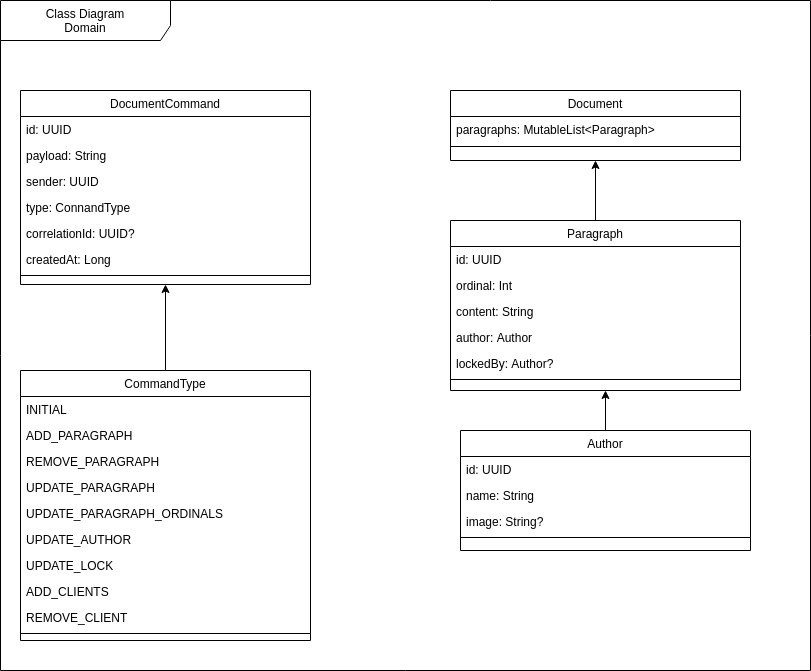
Earlier version of the draw.io export documentation/src/graphics/class-be-domain.drawio.png (FHNW-WODSS-FS22/team-document-KZellweger). Source tidied: cells renumbered, new cells last; positions are measured from the earlier drawing's top-left corner, leaving out a move shared by most shapes. Source of this version:
```xml
<mxGraphModel>
  <root>
    <mxCell id="0" />
    <mxCell id="1" parent="0" />
    <mxCell id="2" value="Document" style="swimlane;fontStyle=0;align=center;verticalAlign=top;horizontal=1;startSize=26;rounded=0;shadow=0;strokeWidth=1;" parent="1" vertex="1">
      <mxGeometry x="450" y="90" width="290" height="70" as="geometry" />
    </mxCell>
    <mxCell id="3" value="paragraphs: MutableList&lt;Paragraph&gt;" style="text;align=left;verticalAlign=top;spacingLeft=4;spacingRight=4;overflow=hidden;" parent="2" vertex="1">
      <mxGeometry y="26" width="290" height="26" as="geometry" />
    </mxCell>
    <mxCell id="4" style="line;html=1;strokeWidth=1;align=left;verticalAlign=middle;spacingTop=-1;spacingLeft=3;spacingRight=3;labelPosition=right;" parent="2" vertex="1">
      <mxGeometry y="52" width="290" height="8" as="geometry" />
    </mxCell>
    <mxCell id="5" style="edgeStyle=orthogonalEdgeStyle;rounded=0;jettySize=auto;html=1;" parent="1" edge="1" source="6">
      <mxGeometry relative="1" as="geometry">
        <mxPoint x="605" y="390" as="targetPoint" />
      </mxGeometry>
    </mxCell>
    <mxCell id="6" value="Author" style="swimlane;fontStyle=0;align=center;verticalAlign=top;horizontal=1;startSize=26;rounded=0;shadow=0;strokeWidth=1;" parent="1" vertex="1">
      <mxGeometry x="460" y="430" width="290" height="120" as="geometry" />
    </mxCell>
    <mxCell id="7" value="id: UUID" style="text;align=left;verticalAlign=top;spacingLeft=4;spacingRight=4;overflow=hidden;" parent="6" vertex="1">
      <mxGeometry y="26" width="290" height="26" as="geometry" />
    </mxCell>
    <mxCell id="8" value="name: String" style="text;align=left;verticalAlign=top;spacingLeft=4;spacingRight=4;overflow=hidden;" parent="6" vertex="1">
      <mxGeometry y="52" width="290" height="26" as="geometry" />
    </mxCell>
    <mxCell id="9" value="image: String?" style="text;align=left;verticalAlign=top;spacingLeft=4;spacingRight=4;overflow=hidden;" parent="6" vertex="1">
      <mxGeometry y="78" width="290" height="26" as="geometry" />
    </mxCell>
    <mxCell id="10" style="line;html=1;strokeWidth=1;align=left;verticalAlign=middle;spacingTop=-1;spacingLeft=3;spacingRight=3;labelPosition=right;" parent="6" vertex="1">
      <mxGeometry y="104" width="290" height="6" as="geometry" />
    </mxCell>
    <mxCell id="11" style="edgeStyle=orthogonalEdgeStyle;rounded=0;jettySize=auto;html=1;entryX=0.5;entryY=1;entryDx=0;entryDy=0;" parent="1" edge="1" source="12" target="2">
      <mxGeometry relative="1" as="geometry" />
    </mxCell>
    <mxCell id="12" value="Paragraph" style="swimlane;fontStyle=0;align=center;verticalAlign=top;horizontal=1;startSize=26;rounded=0;shadow=0;strokeWidth=1;" parent="1" vertex="1">
      <mxGeometry x="450" y="220" width="290" height="170" as="geometry" />
    </mxCell>
    <mxCell id="13" value="id: UUID" style="text;align=left;verticalAlign=top;spacingLeft=4;spacingRight=4;overflow=hidden;" parent="12" vertex="1">
      <mxGeometry y="26" width="290" height="26" as="geometry" />
    </mxCell>
    <mxCell id="14" value="ordinal: Int" style="text;align=left;verticalAlign=top;spacingLeft=4;spacingRight=4;overflow=hidden;" parent="12" vertex="1">
      <mxGeometry y="52" width="290" height="26" as="geometry" />
    </mxCell>
    <mxCell id="15" value="content: String" style="text;align=left;verticalAlign=top;spacingLeft=4;spacingRight=4;overflow=hidden;" parent="12" vertex="1">
      <mxGeometry y="78" width="290" height="26" as="geometry" />
    </mxCell>
    <mxCell id="16" value="author: Author" style="text;align=left;verticalAlign=top;spacingLeft=4;spacingRight=4;overflow=hidden;" parent="12" vertex="1">
      <mxGeometry y="104" width="290" height="26" as="geometry" />
    </mxCell>
    <mxCell id="17" value="lockedBy: Author?" style="text;align=left;verticalAlign=top;spacingLeft=4;spacingRight=4;overflow=hidden;" parent="12" vertex="1">
      <mxGeometry y="130" width="290" height="26" as="geometry" />
    </mxCell>
    <mxCell id="18" style="line;html=1;strokeWidth=1;align=left;verticalAlign=middle;spacingTop=-1;spacingLeft=3;spacingRight=3;labelPosition=right;" parent="12" vertex="1">
      <mxGeometry y="156" width="290" height="6" as="geometry" />
    </mxCell>
    <mxCell id="19" value="DocumentCommand" style="swimlane;fontStyle=0;align=center;verticalAlign=top;horizontal=1;startSize=26;rounded=0;shadow=0;strokeWidth=1;" parent="1" vertex="1">
      <mxGeometry x="20" y="90" width="290" height="194" as="geometry" />
    </mxCell>
    <mxCell id="20" value="id: UUID" style="text;align=left;verticalAlign=top;spacingLeft=4;spacingRight=4;overflow=hidden;" parent="19" vertex="1">
      <mxGeometry y="26" width="290" height="26" as="geometry" />
    </mxCell>
    <mxCell id="21" value="payload: String" style="text;align=left;verticalAlign=top;spacingLeft=4;spacingRight=4;overflow=hidden;" parent="19" vertex="1">
      <mxGeometry y="52" width="290" height="26" as="geometry" />
    </mxCell>
    <mxCell id="22" value="sender: UUID" style="text;align=left;verticalAlign=top;spacingLeft=4;spacingRight=4;overflow=hidden;" parent="19" vertex="1">
      <mxGeometry y="78" width="290" height="26" as="geometry" />
    </mxCell>
    <mxCell id="23" value="type: ConnandType" style="text;align=left;verticalAlign=top;spacingLeft=4;spacingRight=4;overflow=hidden;" parent="19" vertex="1">
      <mxGeometry y="104" width="290" height="26" as="geometry" />
    </mxCell>
    <mxCell id="24" value="correlationId: UUID?" style="text;align=left;verticalAlign=top;spacingLeft=4;spacingRight=4;overflow=hidden;" parent="19" vertex="1">
      <mxGeometry y="130" width="290" height="26" as="geometry" />
    </mxCell>
    <mxCell id="25" value="createdAt: Long" style="text;align=left;verticalAlign=top;spacingLeft=4;spacingRight=4;overflow=hidden;" parent="19" vertex="1">
      <mxGeometry y="156" width="290" height="26" as="geometry" />
    </mxCell>
    <mxCell id="26" style="line;html=1;strokeWidth=1;align=left;verticalAlign=middle;spacingTop=-1;spacingLeft=3;spacingRight=3;labelPosition=right;" parent="19" vertex="1">
      <mxGeometry y="182" width="290" height="6" as="geometry" />
    </mxCell>
    <mxCell id="27" style="edgeStyle=orthogonalEdgeStyle;rounded=0;jettySize=auto;html=1;entryX=0.5;entryY=1;entryDx=0;entryDy=0;" parent="1" edge="1" source="28" target="19">
      <mxGeometry relative="1" as="geometry" />
    </mxCell>
    <mxCell id="28" value="CommandType" style="swimlane;fontStyle=0;align=center;verticalAlign=top;horizontal=1;startSize=26;rounded=0;shadow=0;strokeWidth=1;" parent="1" vertex="1">
      <mxGeometry x="20" y="370" width="290" height="270" as="geometry" />
    </mxCell>
    <mxCell id="29" value="INITIAL" style="text;align=left;verticalAlign=top;spacingLeft=4;spacingRight=4;overflow=hidden;" parent="28" vertex="1">
      <mxGeometry y="26" width="290" height="26" as="geometry" />
    </mxCell>
    <mxCell id="30" value="ADD_PARAGRAPH" style="text;align=left;verticalAlign=top;spacingLeft=4;spacingRight=4;overflow=hidden;" parent="28" vertex="1">
      <mxGeometry y="52" width="290" height="26" as="geometry" />
    </mxCell>
    <mxCell id="31" value="REMOVE_PARAGRAPH" style="text;align=left;verticalAlign=top;spacingLeft=4;spacingRight=4;overflow=hidden;" parent="28" vertex="1">
      <mxGeometry y="78" width="290" height="26" as="geometry" />
    </mxCell>
    <mxCell id="32" value="UPDATE_PARAGRAPH" style="text;align=left;verticalAlign=top;spacingLeft=4;spacingRight=4;overflow=hidden;" parent="28" vertex="1">
      <mxGeometry y="104" width="290" height="26" as="geometry" />
    </mxCell>
    <mxCell id="33" value="UPDATE_PARAGRAPH_ORDINALS" style="text;align=left;verticalAlign=top;spacingLeft=4;spacingRight=4;overflow=hidden;" parent="28" vertex="1">
      <mxGeometry y="130" width="290" height="26" as="geometry" />
    </mxCell>
    <mxCell id="34" value="UPDATE_AUTHOR" style="text;align=left;verticalAlign=top;spacingLeft=4;spacingRight=4;overflow=hidden;" parent="28" vertex="1">
      <mxGeometry y="156" width="290" height="26" as="geometry" />
    </mxCell>
    <mxCell id="35" value="UPDATE_LOCK" style="text;align=left;verticalAlign=top;spacingLeft=4;spacingRight=4;overflow=hidden;" parent="28" vertex="1">
      <mxGeometry y="182" width="290" height="26" as="geometry" />
    </mxCell>
    <mxCell id="36" value="ADD_CLIENTS" style="text;align=left;verticalAlign=top;spacingLeft=4;spacingRight=4;overflow=hidden;" parent="28" vertex="1">
      <mxGeometry y="208" width="290" height="26" as="geometry" />
    </mxCell>
    <mxCell id="37" value="REMOVE_CLIENT" style="text;align=left;verticalAlign=top;spacingLeft=4;spacingRight=4;overflow=hidden;" parent="28" vertex="1">
      <mxGeometry y="234" width="290" height="26" as="geometry" />
    </mxCell>
    <mxCell id="38" style="line;html=1;strokeWidth=1;align=left;verticalAlign=middle;spacingTop=-1;spacingLeft=3;spacingRight=3;labelPosition=right;" parent="28" vertex="1">
      <mxGeometry y="260" width="290" height="6" as="geometry" />
    </mxCell>
    <mxCell id="39" value="Class Diagram&lt;br&gt;Domain" style="shape=umlFrame;whiteSpace=wrap;html=1;width=170;height=40;" parent="1" vertex="1">
      <mxGeometry width="810" height="670" as="geometry" />
    </mxCell>
  </root>
</mxGraphModel>
```
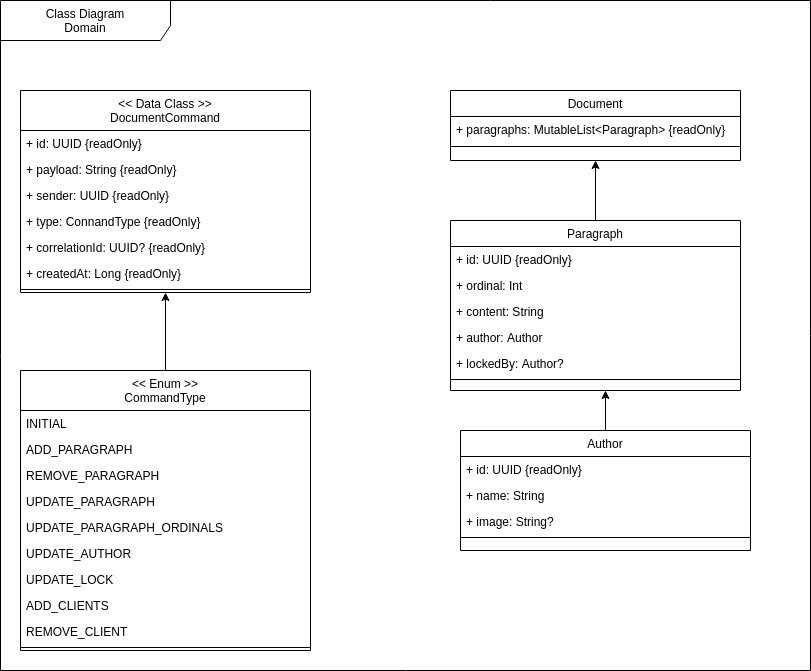
The same file after the commit.

Change to the diagram source:
```diff
@@ -2,10 +2,13 @@
   <root>
     <mxCell id="0" />
     <mxCell id="1" parent="0" />
+    <mxCell id="39" value="Class Diagram&lt;br&gt;Domain" style="shape=umlFrame;whiteSpace=wrap;html=1;width=170;height=40;" parent="1" vertex="1">
+      <mxGeometry width="810" height="670" as="geometry" />
+    </mxCell>
     <mxCell id="2" value="Document" style="swimlane;fontStyle=0;align=center;verticalAlign=top;horizontal=1;startSize=26;rounded=0;shadow=0;strokeWidth=1;" parent="1" vertex="1">
       <mxGeometry x="450" y="90" width="290" height="70" as="geometry" />
     </mxCell>
-    <mxCell id="3" value="paragraphs: MutableList&lt;Paragraph&gt;" style="text;align=left;verticalAlign=top;spacingLeft=4;spacingRight=4;overflow=hidden;" parent="2" vertex="1">
+    <mxCell id="3" value="+ paragraphs: MutableList&lt;Paragraph&gt; {readOnly}" style="text;align=left;verticalAlign=top;spacingLeft=4;spacingRight=4;overflow=hidden;" parent="2" vertex="1">
       <mxGeometry y="26" width="290" height="26" as="geometry" />
     </mxCell>
     <mxCell id="4" style="line;html=1;strokeWidth=1;align=left;verticalAlign=middle;spacingTop=-1;spacingLeft=3;spacingRight=3;labelPosition=right;" parent="2" vertex="1">
@@ -19,13 +22,13 @@
     <mxCell id="6" value="Author" style="swimlane;fontStyle=0;align=center;verticalAlign=top;horizontal=1;startSize=26;rounded=0;shadow=0;strokeWidth=1;" parent="1" vertex="1">
       <mxGeometry x="460" y="430" width="290" height="120" as="geometry" />
     </mxCell>
-    <mxCell id="7" value="id: UUID" style="text;align=left;verticalAlign=top;spacingLeft=4;spacingRight=4;overflow=hidden;" parent="6" vertex="1">
+    <mxCell id="7" value="+ id: UUID {readOnly}" style="text;align=left;verticalAlign=top;spacingLeft=4;spacingRight=4;overflow=hidden;" parent="6" vertex="1">
       <mxGeometry y="26" width="290" height="26" as="geometry" />
     </mxCell>
-    <mxCell id="8" value="name: String" style="text;align=left;verticalAlign=top;spacingLeft=4;spacingRight=4;overflow=hidden;" parent="6" vertex="1">
+    <mxCell id="8" value="+ name: String " style="text;align=left;verticalAlign=top;spacingLeft=4;spacingRight=4;overflow=hidden;" parent="6" vertex="1">
       <mxGeometry y="52" width="290" height="26" as="geometry" />
     </mxCell>
-    <mxCell id="9" value="image: String?" style="text;align=left;verticalAlign=top;spacingLeft=4;spacingRight=4;overflow=hidden;" parent="6" vertex="1">
+    <mxCell id="9" value="+ image: String?" style="text;align=left;verticalAlign=top;spacingLeft=4;spacingRight=4;overflow=hidden;" parent="6" vertex="1">
       <mxGeometry y="78" width="290" height="26" as="geometry" />
     </mxCell>
     <mxCell id="10" style="line;html=1;strokeWidth=1;align=left;verticalAlign=middle;spacingTop=-1;spacingLeft=3;spacingRight=3;labelPosition=right;" parent="6" vertex="1">
@@ -37,86 +40,83 @@
     <mxCell id="12" value="Paragraph" style="swimlane;fontStyle=0;align=center;verticalAlign=top;horizontal=1;startSize=26;rounded=0;shadow=0;strokeWidth=1;" parent="1" vertex="1">
       <mxGeometry x="450" y="220" width="290" height="170" as="geometry" />
     </mxCell>
-    <mxCell id="13" value="id: UUID" style="text;align=left;verticalAlign=top;spacingLeft=4;spacingRight=4;overflow=hidden;" parent="12" vertex="1">
+    <mxCell id="13" value="+ id: UUID {readOnly}" style="text;align=left;verticalAlign=top;spacingLeft=4;spacingRight=4;overflow=hidden;" parent="12" vertex="1">
       <mxGeometry y="26" width="290" height="26" as="geometry" />
     </mxCell>
-    <mxCell id="14" value="ordinal: Int" style="text;align=left;verticalAlign=top;spacingLeft=4;spacingRight=4;overflow=hidden;" parent="12" vertex="1">
+    <mxCell id="14" value="+ ordinal: Int" style="text;align=left;verticalAlign=top;spacingLeft=4;spacingRight=4;overflow=hidden;" parent="12" vertex="1">
       <mxGeometry y="52" width="290" height="26" as="geometry" />
     </mxCell>
-    <mxCell id="15" value="content: String" style="text;align=left;verticalAlign=top;spacingLeft=4;spacingRight=4;overflow=hidden;" parent="12" vertex="1">
+    <mxCell id="15" value="+ content: String" style="text;align=left;verticalAlign=top;spacingLeft=4;spacingRight=4;overflow=hidden;" parent="12" vertex="1">
       <mxGeometry y="78" width="290" height="26" as="geometry" />
     </mxCell>
-    <mxCell id="16" value="author: Author" style="text;align=left;verticalAlign=top;spacingLeft=4;spacingRight=4;overflow=hidden;" parent="12" vertex="1">
+    <mxCell id="16" value="+ author: Author" style="text;align=left;verticalAlign=top;spacingLeft=4;spacingRight=4;overflow=hidden;" parent="12" vertex="1">
       <mxGeometry y="104" width="290" height="26" as="geometry" />
     </mxCell>
-    <mxCell id="17" value="lockedBy: Author?" style="text;align=left;verticalAlign=top;spacingLeft=4;spacingRight=4;overflow=hidden;" parent="12" vertex="1">
+    <mxCell id="17" value="+ lockedBy: Author?" style="text;align=left;verticalAlign=top;spacingLeft=4;spacingRight=4;overflow=hidden;" parent="12" vertex="1">
       <mxGeometry y="130" width="290" height="26" as="geometry" />
     </mxCell>
     <mxCell id="18" style="line;html=1;strokeWidth=1;align=left;verticalAlign=middle;spacingTop=-1;spacingLeft=3;spacingRight=3;labelPosition=right;" parent="12" vertex="1">
       <mxGeometry y="156" width="290" height="6" as="geometry" />
     </mxCell>
-    <mxCell id="19" value="DocumentCommand" style="swimlane;fontStyle=0;align=center;verticalAlign=top;horizontal=1;startSize=26;rounded=0;shadow=0;strokeWidth=1;" parent="1" vertex="1">
-      <mxGeometry x="20" y="90" width="290" height="194" as="geometry" />
+    <mxCell id="19" value="&lt;&lt; Data Class &gt;&gt;&#10;DocumentCommand" style="swimlane;fontStyle=0;align=center;verticalAlign=top;horizontal=1;startSize=40;rounded=0;shadow=0;strokeWidth=1;" parent="1" vertex="1">
+      <mxGeometry x="20" y="90" width="290" height="202" as="geometry" />
     </mxCell>
-    <mxCell id="20" value="id: UUID" style="text;align=left;verticalAlign=top;spacingLeft=4;spacingRight=4;overflow=hidden;" parent="19" vertex="1">
-      <mxGeometry y="26" width="290" height="26" as="geometry" />
+    <mxCell id="20" value="+ id: UUID {readOnly}" style="text;align=left;verticalAlign=top;spacingLeft=4;spacingRight=4;overflow=hidden;" parent="19" vertex="1">
+      <mxGeometry y="40" width="290" height="26" as="geometry" />
     </mxCell>
-    <mxCell id="21" value="payload: String" style="text;align=left;verticalAlign=top;spacingLeft=4;spacingRight=4;overflow=hidden;" parent="19" vertex="1">
-      <mxGeometry y="52" width="290" height="26" as="geometry" />
+    <mxCell id="21" value="+ payload: String {readOnly}" style="text;align=left;verticalAlign=top;spacingLeft=4;spacingRight=4;overflow=hidden;" parent="19" vertex="1">
+      <mxGeometry y="66" width="290" height="26" as="geometry" />
     </mxCell>
-    <mxCell id="22" value="sender: UUID" style="text;align=left;verticalAlign=top;spacingLeft=4;spacingRight=4;overflow=hidden;" parent="19" vertex="1">
-      <mxGeometry y="78" width="290" height="26" as="geometry" />
+    <mxCell id="22" value="+ sender: UUID {readOnly}" style="text;align=left;verticalAlign=top;spacingLeft=4;spacingRight=4;overflow=hidden;" parent="19" vertex="1">
+      <mxGeometry y="92" width="290" height="26" as="geometry" />
     </mxCell>
-    <mxCell id="23" value="type: ConnandType" style="text;align=left;verticalAlign=top;spacingLeft=4;spacingRight=4;overflow=hidden;" parent="19" vertex="1">
-      <mxGeometry y="104" width="290" height="26" as="geometry" />
+    <mxCell id="23" value="+ type: ConnandType {readOnly}" style="text;align=left;verticalAlign=top;spacingLeft=4;spacingRight=4;overflow=hidden;" parent="19" vertex="1">
+      <mxGeometry y="118" width="290" height="26" as="geometry" />
     </mxCell>
-    <mxCell id="24" value="correlationId: UUID?" style="text;align=left;verticalAlign=top;spacingLeft=4;spacingRight=4;overflow=hidden;" parent="19" vertex="1">
-      <mxGeometry y="130" width="290" height="26" as="geometry" />
+    <mxCell id="24" value="+ correlationId: UUID? {readOnly}" style="text;align=left;verticalAlign=top;spacingLeft=4;spacingRight=4;overflow=hidden;" parent="19" vertex="1">
+      <mxGeometry y="144" width="290" height="26" as="geometry" />
     </mxCell>
-    <mxCell id="25" value="createdAt: Long" style="text;align=left;verticalAlign=top;spacingLeft=4;spacingRight=4;overflow=hidden;" parent="19" vertex="1">
-      <mxGeometry y="156" width="290" height="26" as="geometry" />
+    <mxCell id="25" value="+ createdAt: Long {readOnly}" style="text;align=left;verticalAlign=top;spacingLeft=4;spacingRight=4;overflow=hidden;" parent="19" vertex="1">
+      <mxGeometry y="170" width="290" height="26" as="geometry" />
     </mxCell>
     <mxCell id="26" style="line;html=1;strokeWidth=1;align=left;verticalAlign=middle;spacingTop=-1;spacingLeft=3;spacingRight=3;labelPosition=right;" parent="19" vertex="1">
-      <mxGeometry y="182" width="290" height="6" as="geometry" />
+      <mxGeometry y="196" width="290" height="6" as="geometry" />
     </mxCell>
     <mxCell id="27" style="edgeStyle=orthogonalEdgeStyle;rounded=0;jettySize=auto;html=1;entryX=0.5;entryY=1;entryDx=0;entryDy=0;" parent="1" edge="1" source="28" target="19">
       <mxGeometry relative="1" as="geometry" />
     </mxCell>
-    <mxCell id="28" value="CommandType" style="swimlane;fontStyle=0;align=center;verticalAlign=top;horizontal=1;startSize=26;rounded=0;shadow=0;strokeWidth=1;" parent="1" vertex="1">
-      <mxGeometry x="20" y="370" width="290" height="270" as="geometry" />
+    <mxCell id="28" value="&lt;&lt; Enum &gt;&gt;&#10;CommandType" style="swimlane;fontStyle=0;align=center;verticalAlign=top;horizontal=1;startSize=40;rounded=0;shadow=0;strokeWidth=1;" parent="1" vertex="1">
+      <mxGeometry x="20" y="370" width="290" height="280" as="geometry" />
     </mxCell>
     <mxCell id="29" value="INITIAL" style="text;align=left;verticalAlign=top;spacingLeft=4;spacingRight=4;overflow=hidden;" parent="28" vertex="1">
-      <mxGeometry y="26" width="290" height="26" as="geometry" />
+      <mxGeometry y="40" width="290" height="26" as="geometry" />
     </mxCell>
     <mxCell id="30" value="ADD_PARAGRAPH" style="text;align=left;verticalAlign=top;spacingLeft=4;spacingRight=4;overflow=hidden;" parent="28" vertex="1">
-      <mxGeometry y="52" width="290" height="26" as="geometry" />
+      <mxGeometry y="66" width="290" height="26" as="geometry" />
     </mxCell>
     <mxCell id="31" value="REMOVE_PARAGRAPH" style="text;align=left;verticalAlign=top;spacingLeft=4;spacingRight=4;overflow=hidden;" parent="28" vertex="1">
-      <mxGeometry y="78" width="290" height="26" as="geometry" />
+      <mxGeometry y="92" width="290" height="26" as="geometry" />
     </mxCell>
     <mxCell id="32" value="UPDATE_PARAGRAPH" style="text;align=left;verticalAlign=top;spacingLeft=4;spacingRight=4;overflow=hidden;" parent="28" vertex="1">
-      <mxGeometry y="104" width="290" height="26" as="geometry" />
+      <mxGeometry y="118" width="290" height="26" as="geometry" />
     </mxCell>
     <mxCell id="33" value="UPDATE_PARAGRAPH_ORDINALS" style="text;align=left;verticalAlign=top;spacingLeft=4;spacingRight=4;overflow=hidden;" parent="28" vertex="1">
-      <mxGeometry y="130" width="290" height="26" as="geometry" />
+      <mxGeometry y="144" width="290" height="26" as="geometry" />
     </mxCell>
     <mxCell id="34" value="UPDATE_AUTHOR" style="text;align=left;verticalAlign=top;spacingLeft=4;spacingRight=4;overflow=hidden;" parent="28" vertex="1">
-      <mxGeometry y="156" width="290" height="26" as="geometry" />
+      <mxGeometry y="170" width="290" height="26" as="geometry" />
     </mxCell>
     <mxCell id="35" value="UPDATE_LOCK" style="text;align=left;verticalAlign=top;spacingLeft=4;spacingRight=4;overflow=hidden;" parent="28" vertex="1">
-      <mxGeometry y="182" width="290" height="26" as="geometry" />
+      <mxGeometry y="196" width="290" height="26" as="geometry" />
     </mxCell>
     <mxCell id="36" value="ADD_CLIENTS" style="text;align=left;verticalAlign=top;spacingLeft=4;spacingRight=4;overflow=hidden;" parent="28" vertex="1">
-      <mxGeometry y="208" width="290" height="26" as="geometry" />
+      <mxGeometry y="222" width="290" height="26" as="geometry" />
     </mxCell>
     <mxCell id="37" value="REMOVE_CLIENT" style="text;align=left;verticalAlign=top;spacingLeft=4;spacingRight=4;overflow=hidden;" parent="28" vertex="1">
-      <mxGeometry y="234" width="290" height="26" as="geometry" />
+      <mxGeometry y="248" width="290" height="26" as="geometry" />
     </mxCell>
     <mxCell id="38" style="line;html=1;strokeWidth=1;align=left;verticalAlign=middle;spacingTop=-1;spacingLeft=3;spacingRight=3;labelPosition=right;" parent="28" vertex="1">
-      <mxGeometry y="260" width="290" height="6" as="geometry" />
+      <mxGeometry y="274" width="290" height="6" as="geometry" />
     </mxCell>
-    <mxCell id="39" value="Class Diagram&lt;br&gt;Domain" style="shape=umlFrame;whiteSpace=wrap;html=1;width=170;height=40;" parent="1" vertex="1">
-      <mxGeometry width="810" height="670" as="geometry" />
-    </mxCell>
   </root>
 </mxGraphModel>
```
